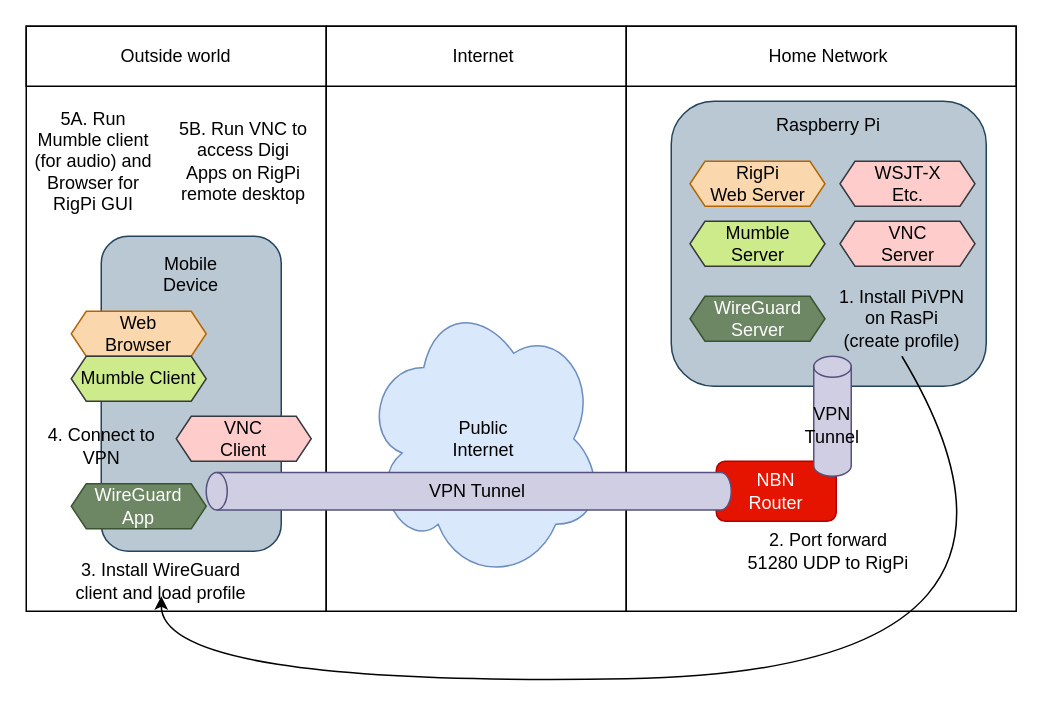
The draw.io diagram diagrams/Untitled Diagram.drawio in StevPem/SPARC-Club-Station-Remote-Control, before the edit. Source tidied: cells renumbered, new cells numbered last; positions are measured from the earlier drawing's top-left corner, leaving out a move shared by most shapes. Both pictures are drawn from the tidied source at 150%, with x=0, y=0 at pixel (26, 26).
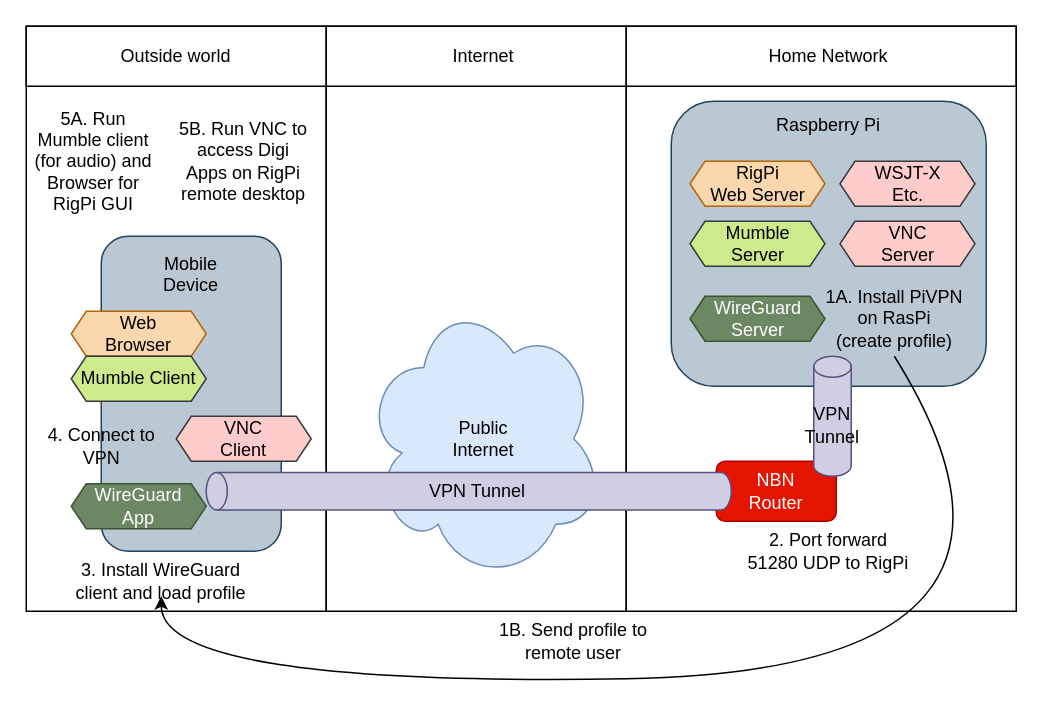
Above is the later version.

Diff of the diagram source:
```diff
@@
-    <mxCell id="20" value="1. Install PiVPN on RasPi&lt;br&gt;(create profile)" style="text;html=1;strokeColor=none;fillColor=none;align=center;verticalAlign=middle;whiteSpace=wrap;rounded=0;" parent="1" vertex="1">
-      <mxGeometry x="540" y="170" width="87.5" height="50" as="geometry" />
+    <mxCell id="20" value="1A. Install PiVPN on RasPi&lt;br&gt;(create profile)" style="text;html=1;strokeColor=none;fillColor=none;align=center;verticalAlign=middle;whiteSpace=wrap;rounded=0;" parent="1" vertex="1">
+      <mxGeometry x="530" y="170" width="97.5" height="50" as="geometry" />
     </mxCell>
@@
+    <mxCell id="31" value="1B. Send profile to remote user" style="text;html=1;strokeColor=none;fillColor=none;align=center;verticalAlign=middle;whiteSpace=wrap;rounded=0;" parent="1" vertex="1">
+      <mxGeometry x="310" y="400" width="110" height="20" as="geometry" />
+    </mxCell>
```
